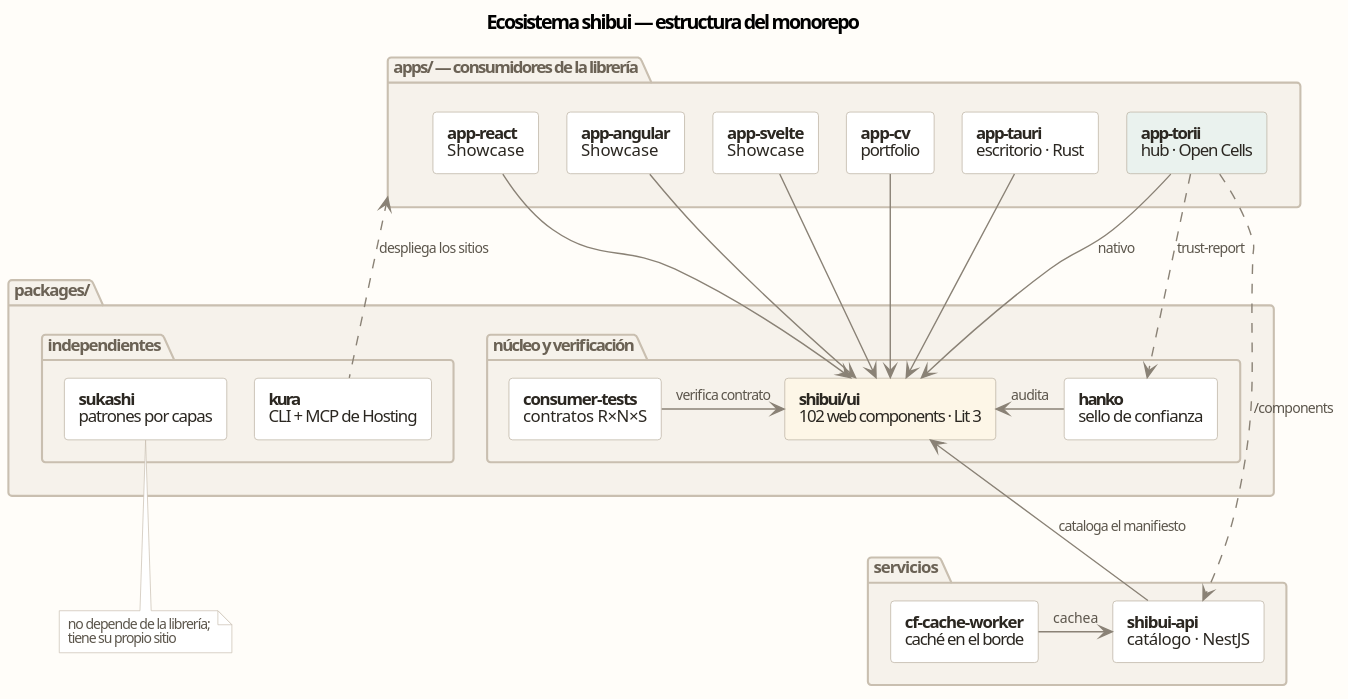
The PlantUML diagram apps/app-torii/public/arquitectura/ecosistema.svg in aborbalan/shibui-core, before a commit. Its source is kept beside it as apps/app-torii/docs/arquitectura/ecosistema.puml. The source it was exported from:
```plantuml
@startuml
title Ecosistema shibui — estructura del monorepo

skinparam backgroundColor #FFFDF9
skinparam shadowing false
skinparam defaultFontName Segoe UI
skinparam defaultFontSize 12
skinparam nodesep 20
skinparam ranksep 50
skinparam ArrowColor #8A8276
skinparam ArrowFontSize 10
skinparam ArrowFontColor #5C564C
skinparam componentStyle rectangle
skinparam component {
  BorderColor #B9AFA0
  BackgroundColor #FFFFFF
  FontColor #2B2721
}
skinparam package {
  BorderColor #C9BFB0
  FontColor #6B6255
  BackgroundColor #F6F2EB
}
skinparam note {
  BorderColor #C9BFB0
  BackgroundColor #FFFFFF
  FontColor #5C564C
  FontSize 10
}

package "apps/ — consumidores de la librería" as APPS {
  [**app-react**\nShowcase] as REACT
  [**app-angular**\nShowcase] as NG
  [**app-svelte**\nShowcase] as SV
  [**app-cv**\nportfolio] as CV
  [**app-tauri**\nescritorio · Rust] as TAURI
  [**app-torii**\nhub · Open Cells] as TORII #EAF2EE
}

package "packages/" as PKGS {
  package "núcleo y verificación" as CORE {
    [**consumer-tests**\ncontratos R×N×S] as CT
    [**shibui/ui**\n102 web components · Lit 3] as UI #FDF6E7
    [**hanko**\nsello de confianza] as HANKO
  }
  package "independientes" as TOOLS {
    [**sukashi**\npatrones por capas] as SUKASHI
    [**kura**\nCLI + MCP de Hosting] as KURA
  }
}

package "servicios" as SVC {
  [**cf-cache-worker**\ncaché en el borde] as WORKER
  [**shibui-api**\ncatálogo · NestJS] as API
}

REACT -down-> UI
NG -down-> UI
SV -down-> UI
CV -down-> UI
TAURI -down-> UI
TORII -down-> UI : nativo

CT -right-> UI : verifica contrato
HANKO -left-> UI : audita
API -up-> UI : cataloga el manifiesto
WORKER -right-> API : cachea

TORII .down.> HANKO : trust-report
TORII .down.> API : /components
KURA .up.> APPS : despliega los sitios

note bottom of SUKASHI : no depende de la librería;\ntiene su propio sitio

@enduml
```
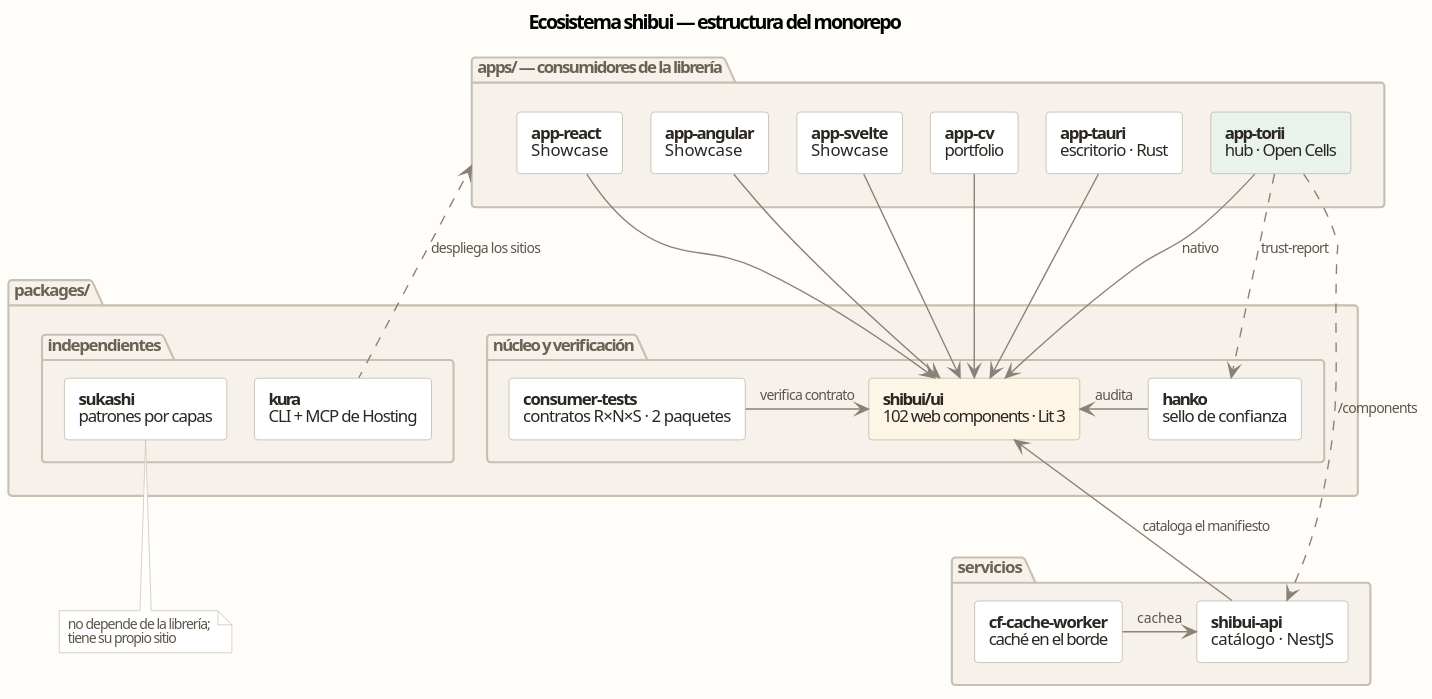
The same diagram one commit later.

Commit message:
fix(app-torii): endurecer la lamina del diagrama tras la revision

The edit, as a diff of the source:
```diff
@@ -39,7 +39,7 @@
 
 package "packages/" as PKGS {
   package "núcleo y verificación" as CORE {
-    [**consumer-tests**\ncontratos R×N×S] as CT
+    [**consumer-tests**\ncontratos R×N×S · 2 paquetes] as CT
     [**shibui/ui**\n102 web components · Lit 3] as UI #FDF6E7
     [**hanko**\nsello de confianza] as HANKO
   }
```
